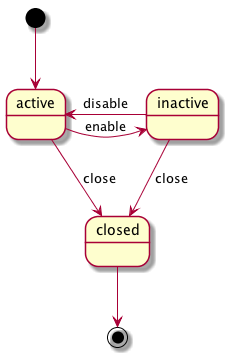
Above: assets/img/diagrams/state.png in ogom/draw_uml (PlantUML), before the change.
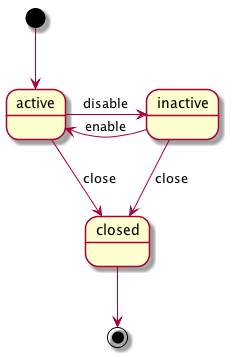
Later version of the same file.

Change to the diagram source:
```diff
@@ -2,8 +2,8 @@
 
 [*] --> active
 
-active -right-> inactive : enable
-inactive -left-> active  : disable
+active -right-> inactive : disable
+inactive -left-> active  : enable
 
 inactive --> closed  : close
 active --> closed  : close
```
